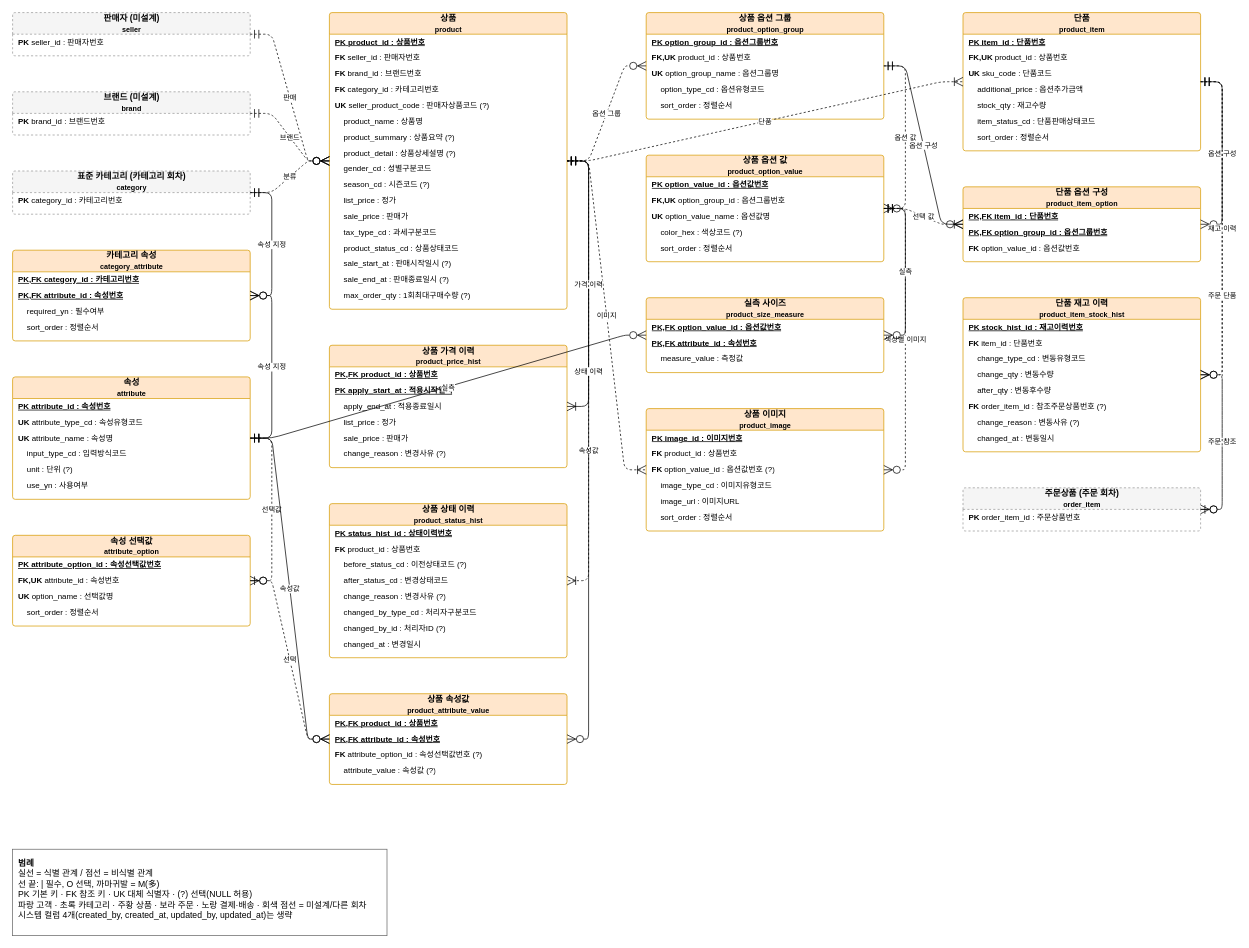
Before: page "상품" (4 of 7) of modeling/erd/erd_전체.drawio in ymink716/shoppingmall, a draw.io diagram. Source tidied: cells renumbered, new cells numbered last; positions are measured from the earlier drawing's top-left corner, leaving out a move shared by most shapes. Both pictures are drawn from the tidied source at 72%, with x=0, y=0 at pixel (12, 12).
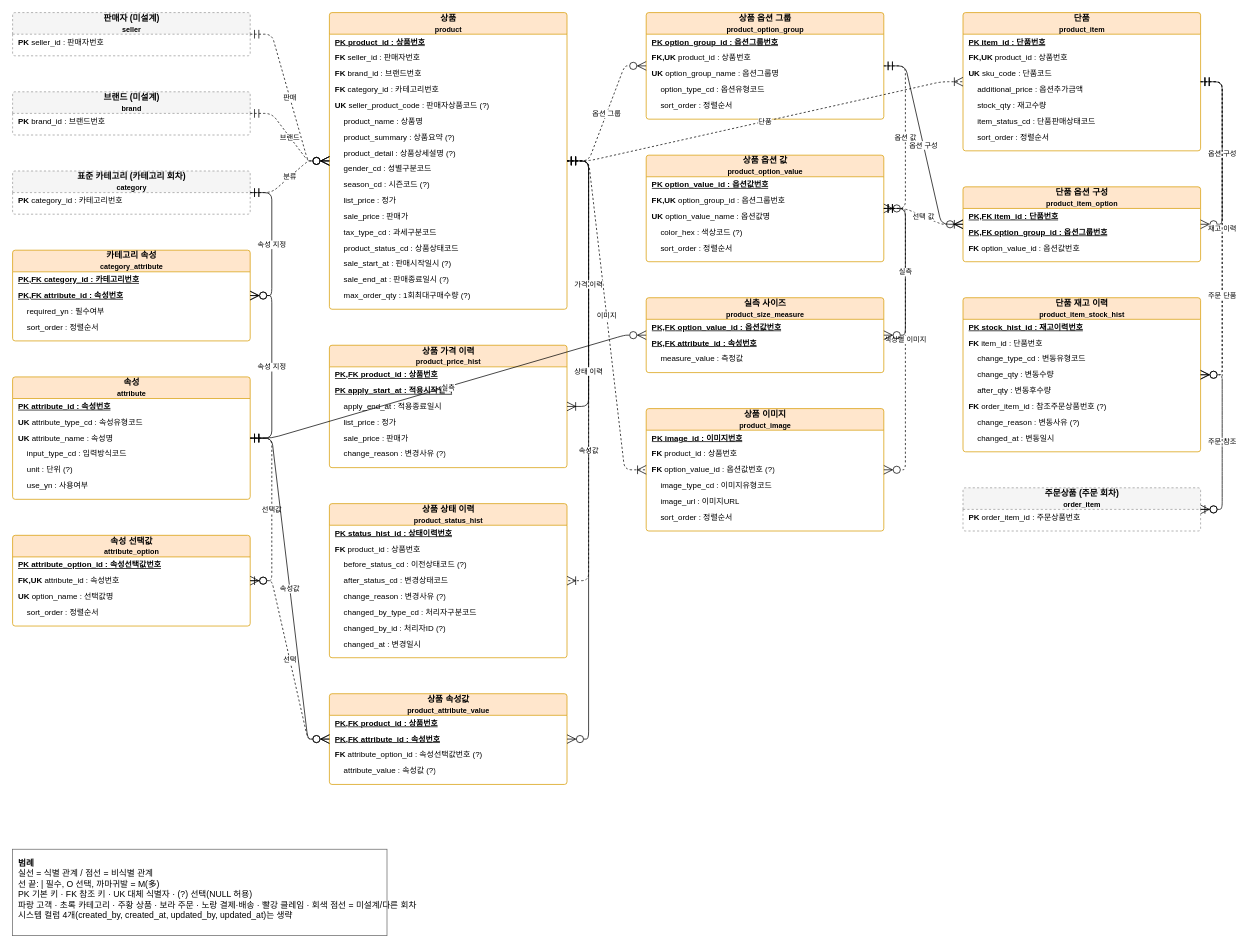
After the change.

Diff of the diagram source:
```diff
@@
-    <mxCell id="134" value="&lt;b&gt;범례&lt;/b&gt;&lt;br&gt;실선 = 식별 관계 / 점선 = 비식별 관계&lt;br&gt;선 끝: | 필수, O 선택, 까마귀발 = M(多)&lt;br&gt;PK 기본 키 · FK 참조 키 · UK 대체 식별자 · (?) 선택(NULL 허용)&lt;br&gt;파랑 고객 · 초록 카테고리 · 주황 상품 · 보라 주문 · 노랑 결제·배송 · 회색 점선 = 미설계/다른 회차&lt;br&gt;시스템 컬럼 4개(created_by, created_at, updated_by, updated_at)는 생략" style="text;html=1;align=left;verticalAlign=top;spacing=8;fillColor=#ffffff;strokeColor=#666666;fontSize=12;" parent="1" vertex="1">
+    <mxCell id="134" value="&lt;b&gt;범례&lt;/b&gt;&lt;br&gt;실선 = 식별 관계 / 점선 = 비식별 관계&lt;br&gt;선 끝: | 필수, O 선택, 까마귀발 = M(多)&lt;br&gt;PK 기본 키 · FK 참조 키 · UK 대체 식별자 · (?) 선택(NULL 허용)&lt;br&gt;파랑 고객 · 초록 카테고리 · 주황 상품 · 보라 주문 · 노랑 결제·배송 · 빨강 클레임 · 회색 점선 = 미설계/다른 회차&lt;br&gt;시스템 컬럼 4개(created_by, created_at, updated_by, updated_at)는 생략" style="text;html=1;align=left;verticalAlign=top;spacing=8;fillColor=#ffffff;strokeColor=#666666;fontSize=12;" parent="1" vertex="1">
       <mxGeometry y="1162" width="520" height="120" as="geometry" />
     </mxCell>
```
